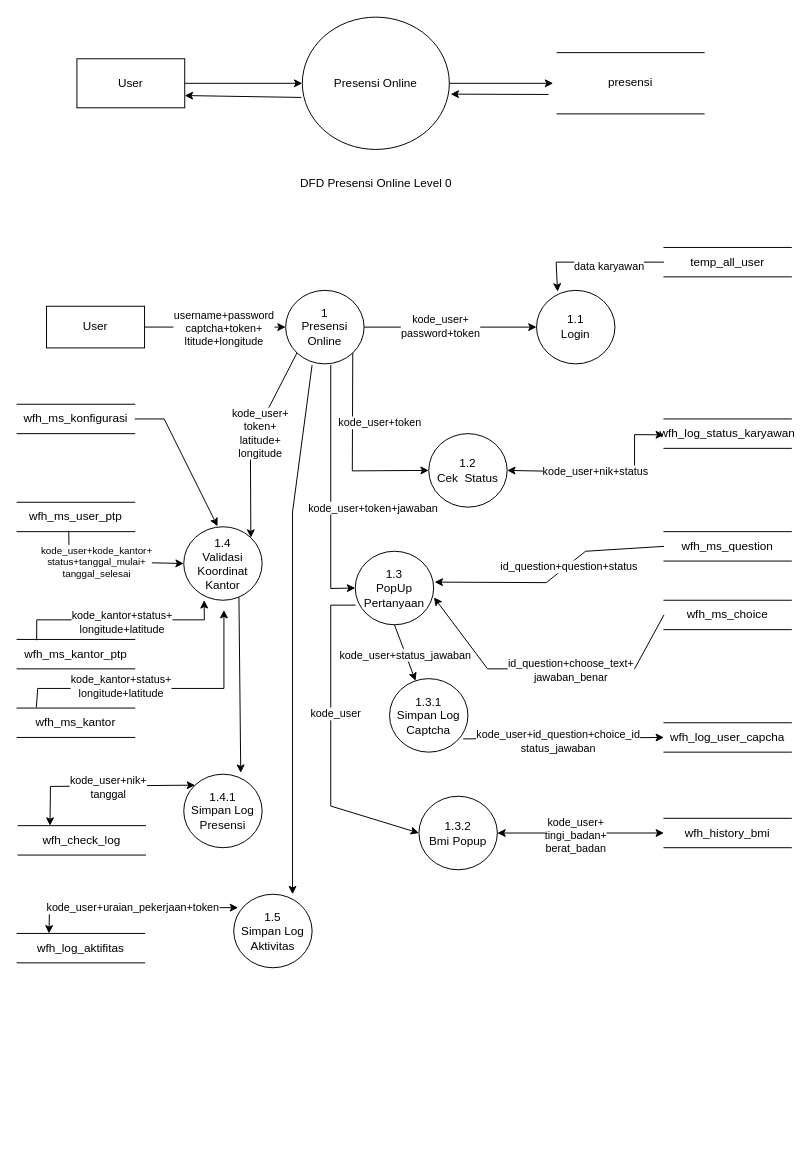
This is presensi online.drawio from nurramdandoni/diagram-all, a draw.io file, before an edit. Source tidied: cells renumbered, new cells numbered last; positions are measured from the earlier drawing's top-left corner, leaving out a move shared by most shapes. Both pictures are drawn from the tidied source at 98%, with x=0, y=0 at pixel (17, 17).
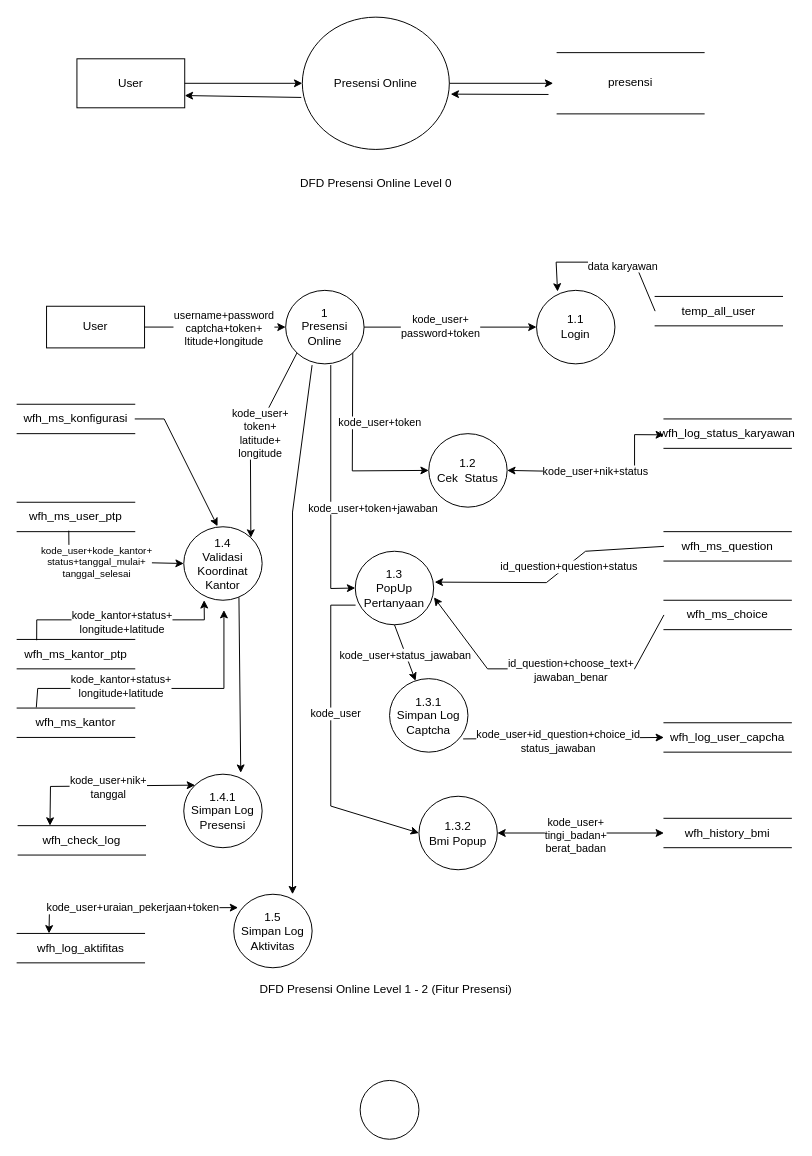
Above is the later version.

What changed in the source:
```diff
@@
     <mxCell id="15" value="temp_all_user" style="html=1;dashed=0;whiteSpace=wrap;shape=partialRectangle;right=0;left=0;" parent="1" vertex="1">
-      <mxGeometry x="660" y="235" width="130" height="30" as="geometry" />
+      <mxGeometry x="651" y="285" width="130" height="30" as="geometry" />
     </mxCell>
@@
+    <mxCell id="71" value="DFD Presensi Online Level 1 - 2 (Fitur Presensi)" style="text;html=1;align=center;verticalAlign=middle;strokeColor=none;fillColor=none;" parent="1" vertex="1">
+      <mxGeometry x="241" y="977" width="270" height="30" as="geometry" />
+    </mxCell>
+    <mxCell id="72" style="shape=ellipse;html=1;dashed=0;whiteSpace=wrap;perimeter=ellipsePerimeter;" parent="1" vertex="1">
+      <mxGeometry x="350" y="1085" width="60" height="60" as="geometry" />
+    </mxCell>
```
